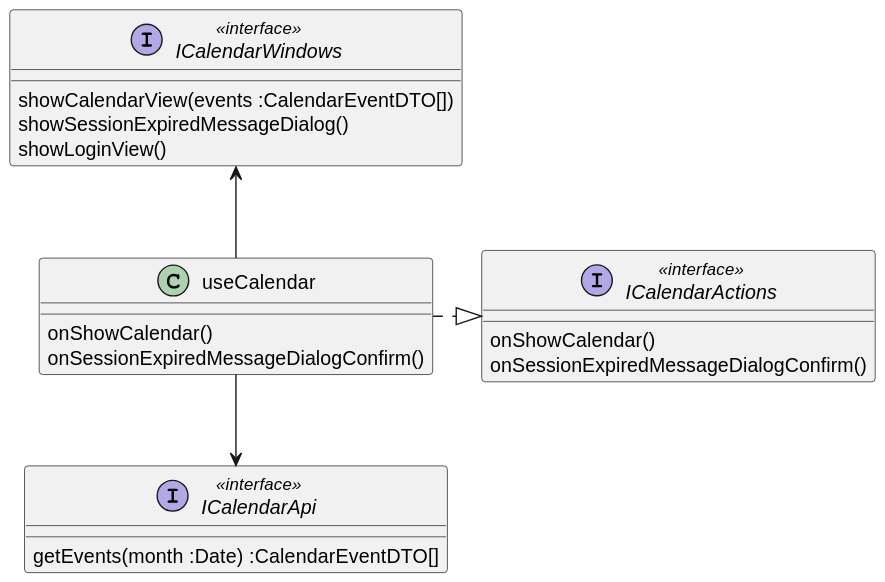
This is diagrams/frontend/rendered/calendar-presenter.svg from Igor-Ochocki/POP-2026Z, a PlantUML export, as it was before one commit.
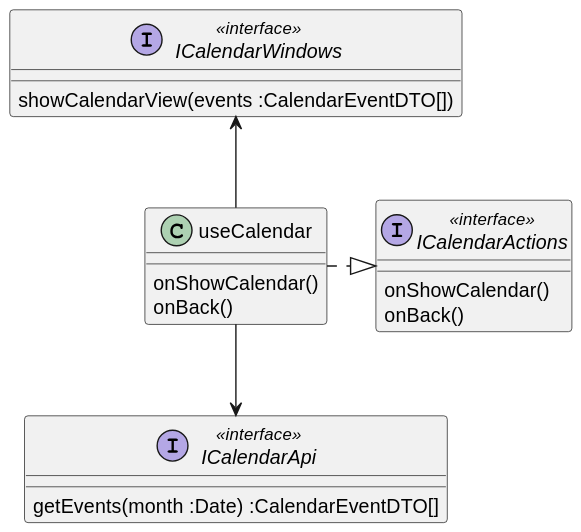
The same diagram one commit later.

Commit message:
PU1/fe: poprawka diagramów i skip loginu

Change to the diagram source:
```diff
@@ -1,12 +1,12 @@
 @startuml
 class useCalendar {
 onShowCalendar()
-onSessionExpiredMessageDialogConfirm()
+onBack()
 }
 
 interface ICalendarActions <<interface>> {
 onShowCalendar()
-onSessionExpiredMessageDialogConfirm()
+onBack()
 }
 
 useCalendar .|> ICalendarActions
@@ -20,7 +20,5 @@
 
 interface ICalendarWindows <<interface>> {
 showCalendarView(events :CalendarEventDTO[])
-showSessionExpiredMessageDialog()
-showLoginView()
 }
 @enduml
```
